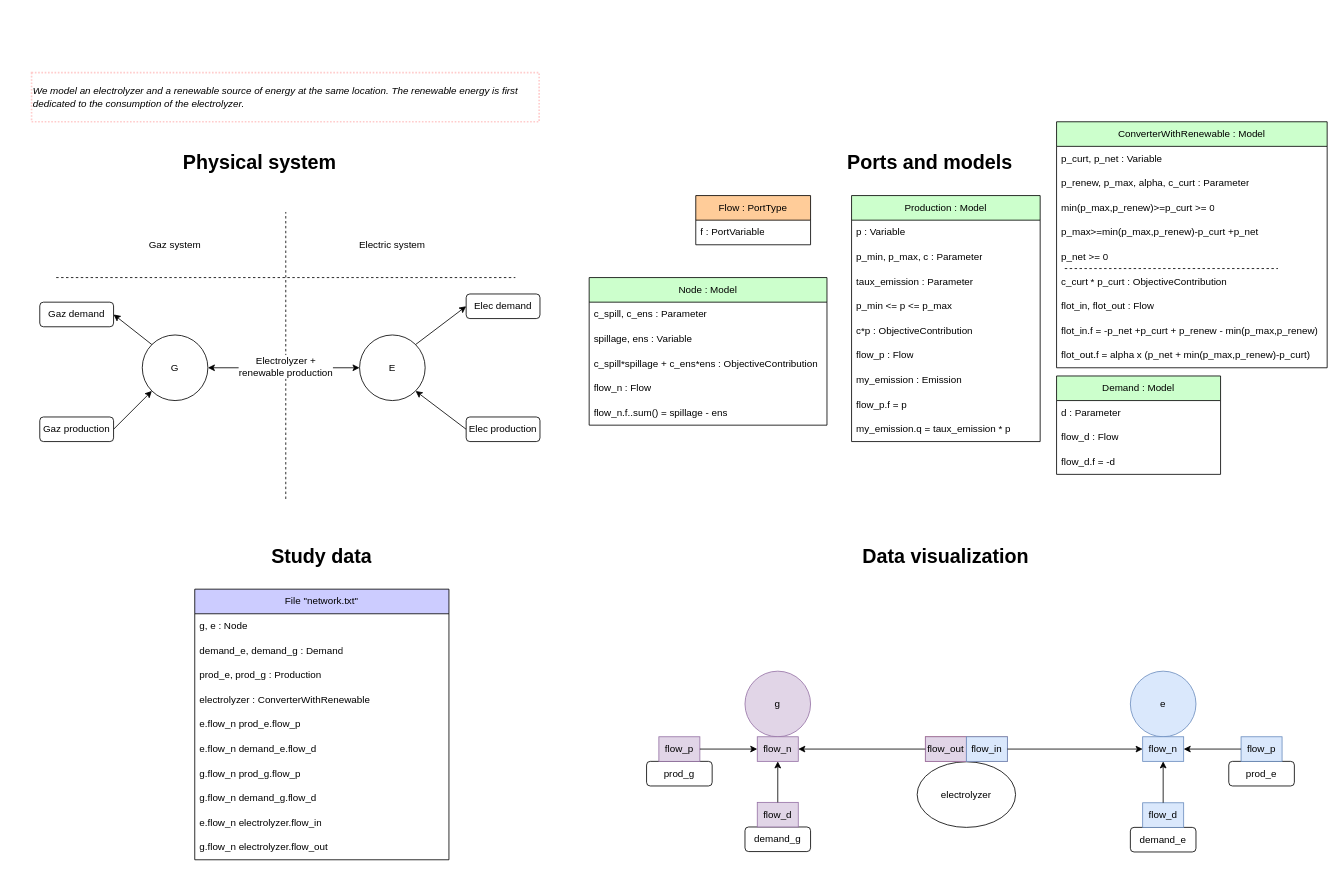
AntaresSimulatorTeam/andromede-modeling-prototype keeps this draw.io diagram as page "unique_system" (2 of 3) of models-design/systems/electrolyzer_subject_to_renawable.drawio. Above is the earlier version. Source tidied: cells renumbered, new cells numbered last; positions are measured from the earlier drawing's top-left corner, leaving out a move shared by most shapes. Both pictures are drawn from the tidied source at 82%, with x=0, y=0 at pixel (14, 72).
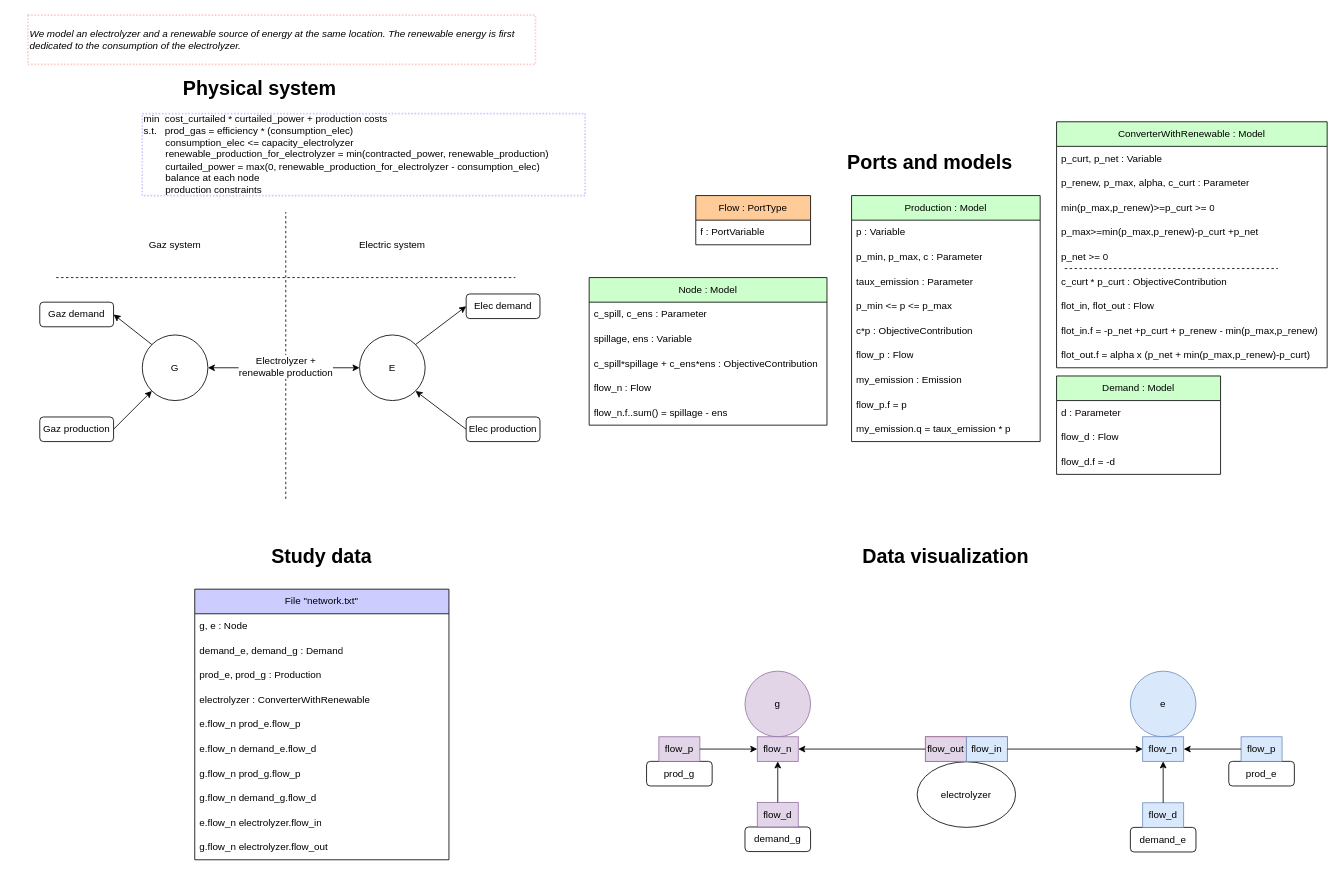
The same page after the edit.

The edit, as a diff of the source:
```diff
@@
     <mxCell id="19" value="&lt;h1&gt;Physical system&lt;br&gt;&lt;/h1&gt;" style="text;html=1;strokeColor=none;fillColor=none;spacing=5;spacingTop=-20;whiteSpace=wrap;overflow=hidden;rounded=0;" parent="1" vertex="1">
-      <mxGeometry x="201" y="90" width="250" height="40" as="geometry" />
+      <mxGeometry x="201" width="250" height="40" as="geometry" />
     </mxCell>
@@
     <mxCell id="99" value="&lt;i&gt;We model an electrolyzer and a renewable source of energy at the same location. The renewable energy is first dedicated to the consumption of the electrolyzer.&lt;/i&gt;" style="text;html=1;strokeColor=#FFCCCC;fillColor=none;align=left;verticalAlign=middle;whiteSpace=wrap;rounded=0;dashed=1;dashPattern=1 1;strokeWidth=2;" parent="1" vertex="1">
-      <mxGeometry x="21" width="619" height="60" as="geometry" />
+      <mxGeometry x="16.5" y="-70" width="619" height="60" as="geometry" />
     </mxCell>
+    <mxCell id="100" value="min&amp;nbsp; cost_curtailed * curtailed_power + production costs&amp;nbsp;&lt;br&gt;s.t.&amp;nbsp; &amp;nbsp;prod_gas = efficiency * (consumption_elec)&amp;nbsp;&lt;br&gt;&lt;span style=&quot;white-space: pre;&quot;&gt;&#9;&lt;/span&gt;consumption_elec &amp;lt;= capacity_electrolyzer&lt;br&gt;&lt;span style=&quot;white-space: pre;&quot;&gt;&#9;&lt;/span&gt;renewable_production_for_electrolyzer = min(contracted_power, renewable_production)&lt;br&gt;&lt;span style=&quot;white-space: pre;&quot;&gt;&#9;&lt;/span&gt;curtailed_power = max(0, renewable_production_for_electrolyzer - consumption_elec)&lt;br&gt;&lt;span style=&quot;white-space: pre;&quot;&gt;&#9;&lt;/span&gt;balance at each node&lt;br&gt;&lt;span style=&quot;white-space: pre;&quot;&gt;&#9;&lt;/span&gt;production constraints" style="text;html=1;strokeColor=#CCCCFF;fillColor=none;align=left;verticalAlign=middle;whiteSpace=wrap;rounded=0;dashed=1;dashPattern=1 1;strokeWidth=2;" parent="1" vertex="1">
+      <mxGeometry x="156" y="50" width="540" height="100" as="geometry" />
+    </mxCell>
```
